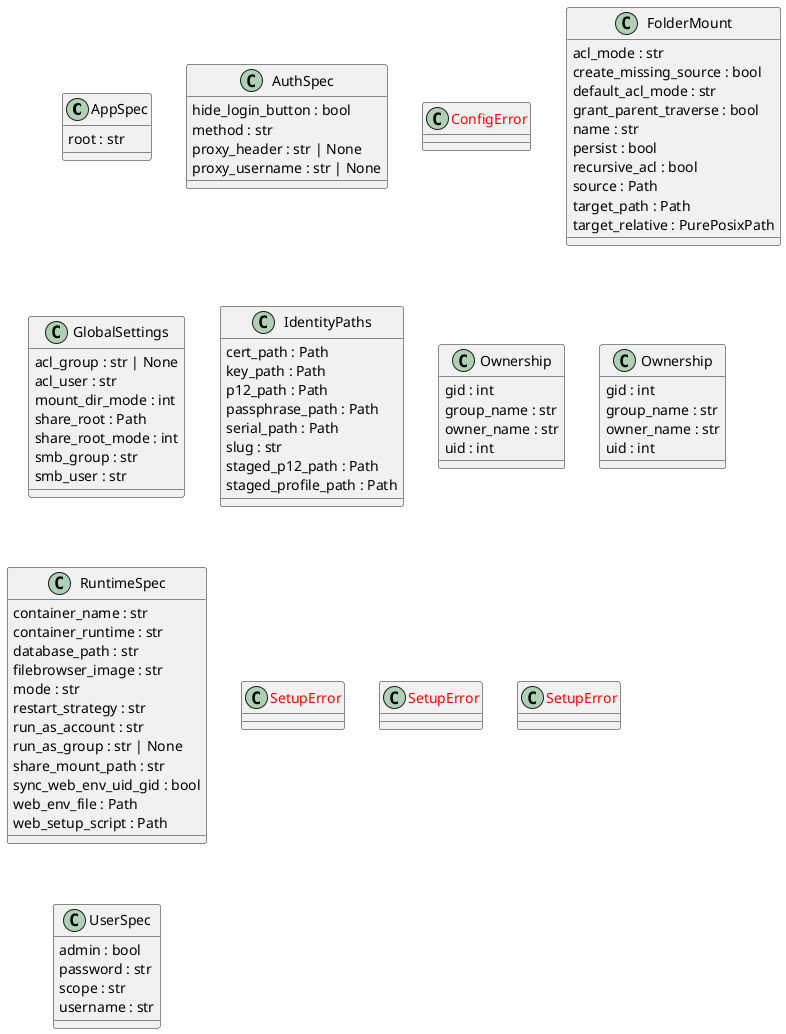
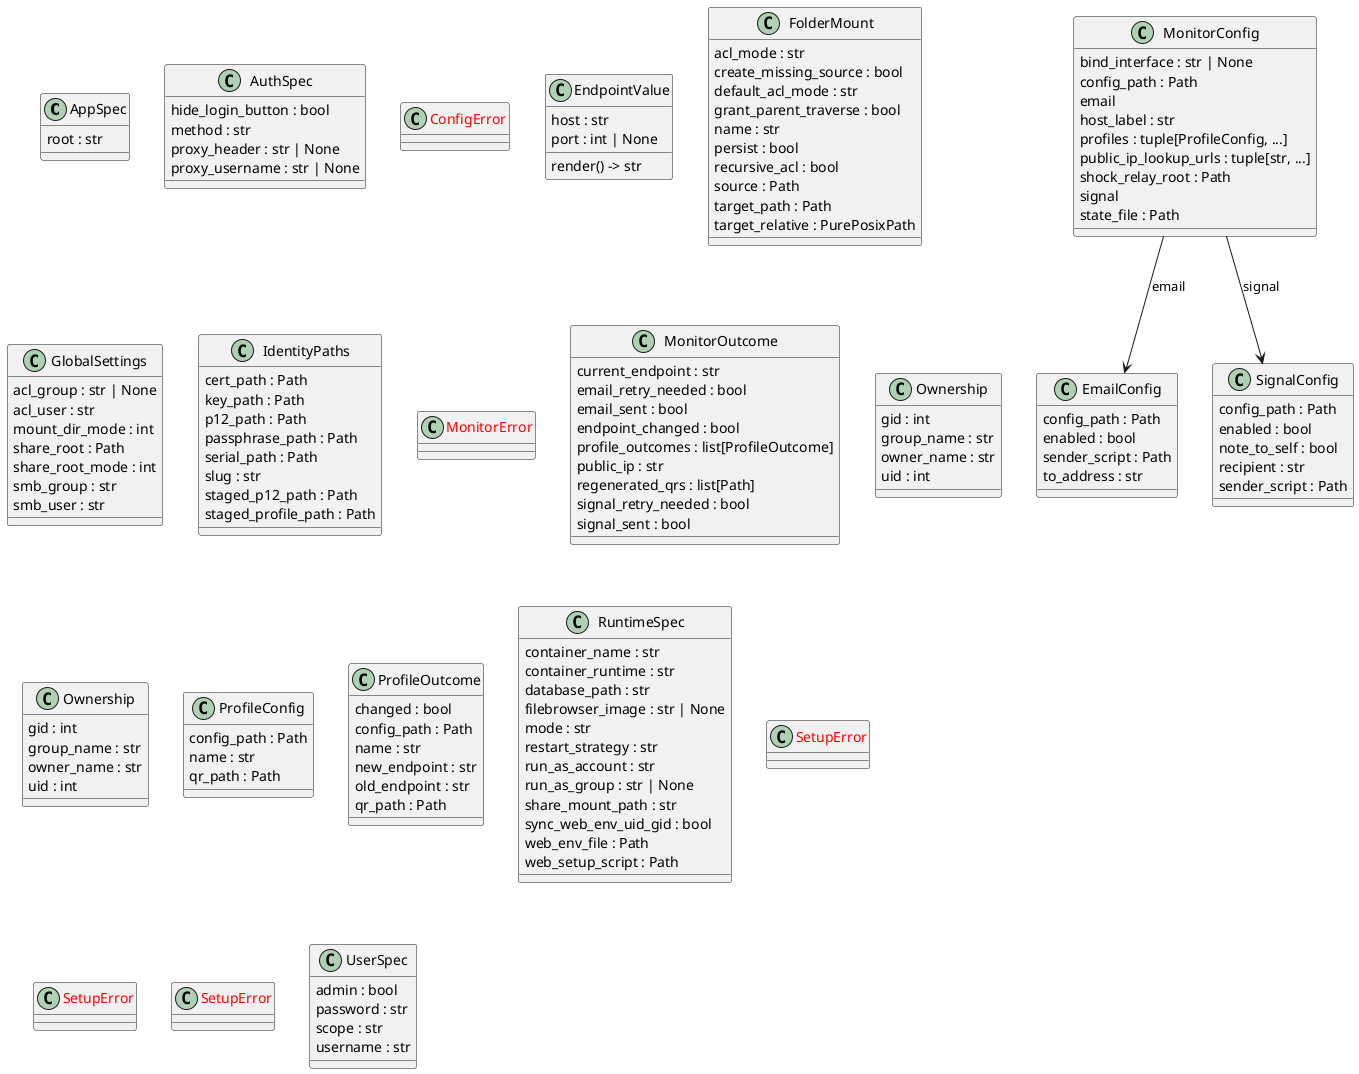
@startuml classes_snowbridge
set namespaceSeparator none
class "AppSpec" as setup_filebrowser_access.AppSpec {
  root : str
}
class "AuthSpec" as setup_filebrowser_access.AuthSpec {
  hide_login_button : bool
  method : str
  proxy_header : str | None
  proxy_username : str | None
}
class "<color:red>ConfigError</color>" as setup_bind_share.ConfigError {
+ }
+ class "EmailConfig" as check_wireguard_endpoint.EmailConfig {
+   config_path : Path
+   enabled : bool
+   sender_script : Path
+   to_address : str
+ }
+ class "EndpointValue" as check_wireguard_endpoint.EndpointValue {
+   host : str
+   port : int | None
+   render() -> str
}
class "FolderMount" as setup_bind_share.FolderMount {
  acl_mode : str
  create_missing_source : bool
  default_acl_mode : str
  grant_parent_traverse : bool
  name : str
  persist : bool
  recursive_acl : bool
  source : Path
  target_path : Path
  target_relative : PurePosixPath
}
class "GlobalSettings" as setup_bind_share.GlobalSettings {
  acl_group : str | None
  acl_user : str
  mount_dir_mode : int
  share_root : Path
  share_root_mode : int
  smb_group : str
  smb_user : str
}
class "IdentityPaths" as export_caddy_mtls_profile.IdentityPaths {
  cert_path : Path
  key_path : Path
  p12_path : Path
  passphrase_path : Path
  serial_path : Path
  slug : str
  staged_p12_path : Path
  staged_profile_path : Path
}
+ class "MonitorConfig" as check_wireguard_endpoint.MonitorConfig {
+   bind_interface : str | None
+   config_path : Path
+   email
+   host_label : str
+   profiles : tuple[ProfileConfig, ...]
+   public_ip_lookup_urls : tuple[str, ...]
+   shock_relay_root : Path
+   signal
+   state_file : Path
+ }
+ class "<color:red>MonitorError</color>" as check_wireguard_endpoint.MonitorError {
+ }
+ class "MonitorOutcome" as check_wireguard_endpoint.MonitorOutcome {
+   current_endpoint : str
+   email_retry_needed : bool
+   email_sent : bool
+   endpoint_changed : bool
+   profile_outcomes : list[ProfileOutcome]
+   public_ip : str
+   regenerated_qrs : list[Path]
+   signal_retry_needed : bool
+   signal_sent : bool
+ }
class "Ownership" as export_caddy_mtls_profile.Ownership {
  gid : int
  group_name : str
  owner_name : str
  uid : int
}
class "Ownership" as export_caddy_root_profile.Ownership {
  gid : int
  group_name : str
  owner_name : str
  uid : int
}
+ class "ProfileConfig" as check_wireguard_endpoint.ProfileConfig {
+   config_path : Path
+   name : str
+   qr_path : Path
+ }
+ class "ProfileOutcome" as check_wireguard_endpoint.ProfileOutcome {
+   changed : bool
+   config_path : Path
+   name : str
+   new_endpoint : str
+   old_endpoint : str
+   qr_path : Path
+ }
class "RuntimeSpec" as setup_filebrowser_access.RuntimeSpec {
  container_name : str
  container_runtime : str
  database_path : str
-   filebrowser_image : str
+   filebrowser_image : str | None
  mode : str
  restart_strategy : str
  run_as_account : str
  run_as_group : str | None
  share_mount_path : str
  sync_web_env_uid_gid : bool
  web_env_file : Path
  web_setup_script : Path
}
class "<color:red>SetupError</color>" as export_caddy_mtls_profile.SetupError {
}
class "<color:red>SetupError</color>" as export_caddy_root_profile.SetupError {
}
class "<color:red>SetupError</color>" as setup_filebrowser_access.SetupError {
}
+ class "SignalConfig" as check_wireguard_endpoint.SignalConfig {
+   config_path : Path
+   enabled : bool
+   note_to_self : bool
+   recipient : str
+   sender_script : Path
+ }
class "UserSpec" as setup_filebrowser_access.UserSpec {
  admin : bool
  password : str
  scope : str
  username : str
}
+ check_wireguard_endpoint.MonitorConfig --> check_wireguard_endpoint.EmailConfig : email
+ check_wireguard_endpoint.MonitorConfig --> check_wireguard_endpoint.SignalConfig : signal
@enduml
